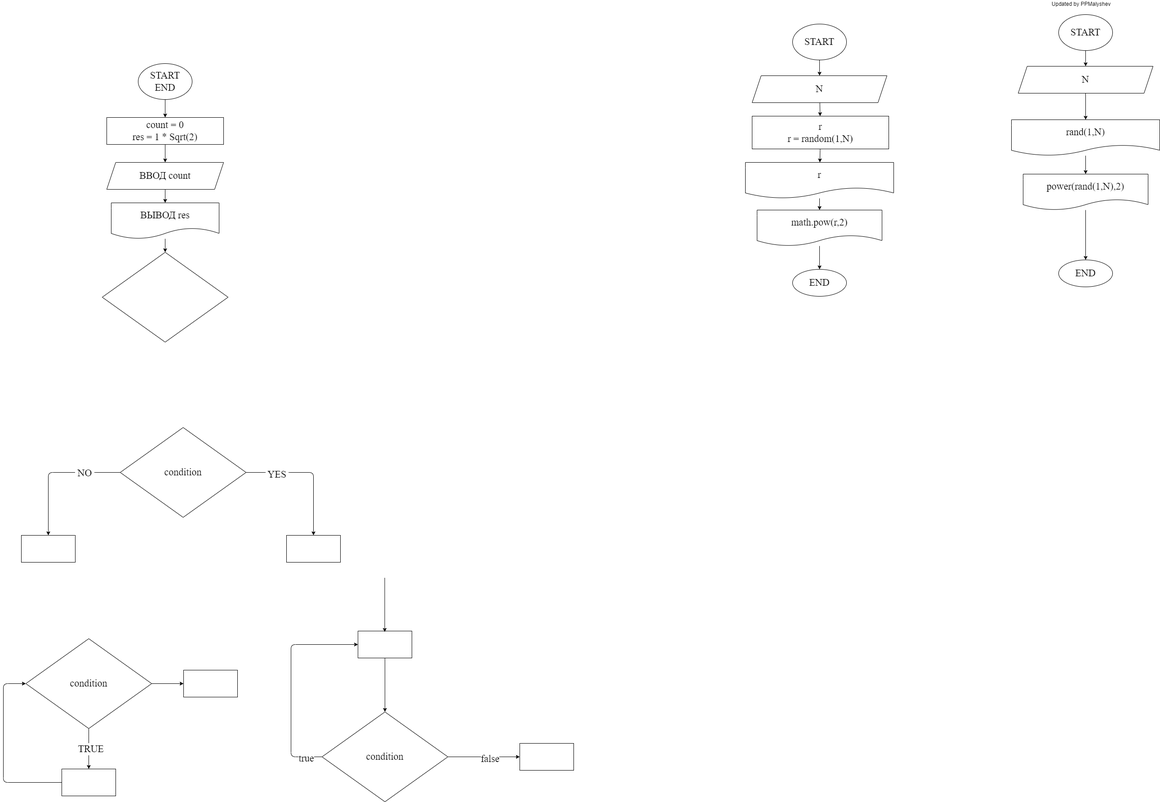
This is ex000.drawio.png from iksergey/practice_temp, a draw.io export, as it was before one commit. Source tidied: cells renumbered, new cells last; positions are measured from the earlier drawing's top-left corner, leaving out a move shared by most shapes. Source of this version:
```xml
<mxGraphModel>
  <root>
    <mxCell id="0" />
    <mxCell id="1" parent="0" />
    <mxCell id="2" style="edgeStyle=none;html=1;fontFamily=Fira Code;fontSize=22;" parent="1" edge="1" source="3" target="5">
      <mxGeometry relative="1" as="geometry" />
    </mxCell>
    <mxCell id="3" value="START&lt;br&gt;END" style="ellipse;whiteSpace=wrap;html=1;fontFamily=Fira Code;fontSize=22;" parent="1" vertex="1">
      <mxGeometry x="300" y="141" width="120" height="80" as="geometry" />
    </mxCell>
    <mxCell id="4" style="edgeStyle=none;html=1;fontFamily=Fira Code;fontSize=22;" parent="1" edge="1" source="5" target="7">
      <mxGeometry relative="1" as="geometry" />
    </mxCell>
    <mxCell id="5" value="count = 0&lt;br&gt;res = 1 * Sqrt(2)" style="whiteSpace=wrap;html=1;fontSize=22;fontFamily=Fira Code;" parent="1" vertex="1">
      <mxGeometry x="230" y="261" width="260" height="60" as="geometry" />
    </mxCell>
    <mxCell id="6" style="edgeStyle=none;html=1;fontFamily=Fira Code;fontSize=22;" parent="1" edge="1" source="7" target="9">
      <mxGeometry relative="1" as="geometry" />
    </mxCell>
    <mxCell id="7" value="ВВОД count" style="shape=parallelogram;perimeter=parallelogramPerimeter;whiteSpace=wrap;html=1;fixedSize=1;fontSize=22;fontFamily=Fira Code;" parent="1" vertex="1">
      <mxGeometry x="230" y="361" width="260" height="60" as="geometry" />
    </mxCell>
    <mxCell id="8" style="edgeStyle=none;html=1;fontFamily=Fira Code;fontSize=22;" parent="1" edge="1" source="9" target="10">
      <mxGeometry relative="1" as="geometry" />
    </mxCell>
    <mxCell id="9" value="ВЫВОД res" style="shape=document;whiteSpace=wrap;html=1;boundedLbl=1;fontSize=22;fontFamily=Fira Code;" parent="1" vertex="1">
      <mxGeometry x="240" y="451" width="240" height="80" as="geometry" />
    </mxCell>
    <mxCell id="10" style="rhombus;whiteSpace=wrap;html=1;fontSize=22;fontFamily=Fira Code;" parent="1" vertex="1">
      <mxGeometry x="220" y="561" width="280" height="200" as="geometry" />
    </mxCell>
    <mxCell id="11" style="edgeStyle=none;html=1;fontFamily=Fira Code;fontSize=22;" parent="1" edge="1" source="15" target="16">
      <mxGeometry relative="1" as="geometry">
        <Array as="points">
          <mxPoint x="690" y="1051" />
        </Array>
      </mxGeometry>
    </mxCell>
    <mxCell id="12" value="&amp;nbsp;YES&amp;nbsp;" style="edgeLabel;html=1;align=center;verticalAlign=middle;fontSize=22;fontFamily=Fira Code;" parent="11" vertex="1">
      <mxGeometry x="-0.53" y="-4" relative="1" as="geometry" />
    </mxCell>
    <mxCell id="13" style="edgeStyle=none;html=1;fontFamily=Fira Code;fontSize=22;" parent="1" edge="1" source="15" target="17">
      <mxGeometry relative="1" as="geometry">
        <Array as="points">
          <mxPoint x="100" y="1051" />
        </Array>
      </mxGeometry>
    </mxCell>
    <mxCell id="14" value="&amp;nbsp;NO&amp;nbsp;" style="edgeLabel;html=1;align=center;verticalAlign=middle;fontSize=22;fontFamily=Fira Code;" parent="13" vertex="1">
      <mxGeometry x="-0.47" y="1" relative="1" as="geometry" />
    </mxCell>
    <mxCell id="15" value="condition" style="rhombus;whiteSpace=wrap;html=1;fontSize=22;fontFamily=Fira Code;" parent="1" vertex="1">
      <mxGeometry x="260" y="951" width="280" height="200" as="geometry" />
    </mxCell>
    <mxCell id="16" style="whiteSpace=wrap;html=1;fontSize=22;fontFamily=Fira Code;" parent="1" vertex="1">
      <mxGeometry x="630" y="1191" width="120" height="60" as="geometry" />
    </mxCell>
    <mxCell id="17" style="whiteSpace=wrap;html=1;fontSize=22;fontFamily=Fira Code;" parent="1" vertex="1">
      <mxGeometry x="40" y="1191" width="120" height="60" as="geometry" />
    </mxCell>
    <mxCell id="18" style="edgeStyle=none;html=1;fontFamily=Fira Code;fontSize=22;" parent="1" edge="1" source="21" target="23">
      <mxGeometry relative="1" as="geometry" />
    </mxCell>
    <mxCell id="19" value="&amp;nbsp;TRUE&amp;nbsp;" style="edgeLabel;html=1;align=center;verticalAlign=middle;fontSize=22;fontFamily=Fira Code;" parent="18" vertex="1">
      <mxGeometry y="4" relative="1" as="geometry" />
    </mxCell>
    <mxCell id="20" style="edgeStyle=none;html=1;fontFamily=Fira Code;fontSize=22;" parent="1" edge="1" source="21" target="32">
      <mxGeometry relative="1" as="geometry" />
    </mxCell>
    <mxCell id="21" value="condition" style="rhombus;whiteSpace=wrap;html=1;fontSize=22;fontFamily=Fira Code;" parent="1" vertex="1">
      <mxGeometry x="50" y="1421" width="280" height="200" as="geometry" />
    </mxCell>
    <mxCell id="22" style="edgeStyle=none;html=1;entryX=0;entryY=0.5;entryDx=0;entryDy=0;fontFamily=Fira Code;fontSize=22;" parent="1" edge="1" source="23" target="21">
      <mxGeometry relative="1" as="geometry">
        <Array as="points">
          <mxPoint y="1741" />
          <mxPoint y="1521" />
        </Array>
      </mxGeometry>
    </mxCell>
    <mxCell id="23" style="whiteSpace=wrap;html=1;fontSize=22;fontFamily=Fira Code;" parent="1" vertex="1">
      <mxGeometry x="130" y="1711" width="120" height="60" as="geometry" />
    </mxCell>
    <mxCell id="24" style="edgeStyle=none;html=1;entryX=0;entryY=0.5;entryDx=0;entryDy=0;fontFamily=Fira Code;fontSize=22;" parent="1" edge="1" source="28" target="30">
      <mxGeometry relative="1" as="geometry">
        <Array as="points">
          <mxPoint x="640" y="1684" />
          <mxPoint x="640" y="1434" />
        </Array>
      </mxGeometry>
    </mxCell>
    <mxCell id="25" value="true" style="edgeLabel;html=1;align=center;verticalAlign=middle;fontSize=22;fontFamily=Fira Code;" parent="24" vertex="1">
      <mxGeometry x="-0.85" y="3" relative="1" as="geometry" />
    </mxCell>
    <mxCell id="26" style="edgeStyle=none;html=1;fontFamily=Fira Code;fontSize=22;" parent="1" edge="1" source="28" target="33">
      <mxGeometry relative="1" as="geometry" />
    </mxCell>
    <mxCell id="27" value="false" style="edgeLabel;html=1;align=center;verticalAlign=middle;fontSize=22;fontFamily=Fira Code;" parent="26" vertex="1">
      <mxGeometry x="0.17" y="-4" relative="1" as="geometry" />
    </mxCell>
    <mxCell id="28" value="condition" style="rhombus;whiteSpace=wrap;html=1;fontSize=22;fontFamily=Fira Code;" parent="1" vertex="1">
      <mxGeometry x="709" y="1584" width="280" height="200" as="geometry" />
    </mxCell>
    <mxCell id="29" style="edgeStyle=none;html=1;entryX=0.5;entryY=0;entryDx=0;entryDy=0;fontFamily=Fira Code;fontSize=22;" parent="1" edge="1" source="30" target="28">
      <mxGeometry relative="1" as="geometry" />
    </mxCell>
    <mxCell id="30" style="whiteSpace=wrap;html=1;fontSize=22;fontFamily=Fira Code;" parent="1" vertex="1">
      <mxGeometry x="789" y="1404" width="120" height="60" as="geometry" />
    </mxCell>
    <mxCell id="31" style="edgeStyle=none;html=1;entryX=0.5;entryY=0;entryDx=0;entryDy=0;fontFamily=Fira Code;fontSize=22;" parent="1" edge="1">
      <mxGeometry relative="1" as="geometry">
        <mxPoint x="848.5" y="1286" as="sourcePoint" />
        <mxPoint x="848.5" y="1406" as="targetPoint" />
      </mxGeometry>
    </mxCell>
    <mxCell id="32" style="whiteSpace=wrap;html=1;fontSize=22;fontFamily=Fira Code;" parent="1" vertex="1">
      <mxGeometry x="401" y="1491" width="120" height="60" as="geometry" />
    </mxCell>
    <mxCell id="33" style="whiteSpace=wrap;html=1;fontSize=22;fontFamily=Fira Code;" parent="1" vertex="1">
      <mxGeometry x="1149" y="1654" width="120" height="60" as="geometry" />
    </mxCell>
    <mxCell id="34" style="edgeStyle=none;html=1;fontFamily=Fira Code;fontSize=22;" parent="1" edge="1" source="35" target="37">
      <mxGeometry relative="1" as="geometry" />
    </mxCell>
    <mxCell id="35" value="START" style="ellipse;whiteSpace=wrap;html=1;fontFamily=Fira Code;fontSize=22;" parent="1" vertex="1">
      <mxGeometry x="1756" y="53" width="120" height="80" as="geometry" />
    </mxCell>
    <mxCell id="36" style="edgeStyle=none;html=1;fontFamily=Fira Code;fontSize=22;" parent="1" edge="1" source="37" target="39">
      <mxGeometry relative="1" as="geometry" />
    </mxCell>
    <mxCell id="37" value="N" style="shape=parallelogram;perimeter=parallelogramPerimeter;whiteSpace=wrap;html=1;fixedSize=1;fontSize=22;fontFamily=Fira Code;" parent="1" vertex="1">
      <mxGeometry x="1666" y="168" width="300" height="60" as="geometry" />
    </mxCell>
    <mxCell id="38" style="edgeStyle=none;html=1;fontFamily=Fira Code;fontSize=22;" parent="1" edge="1" source="39" target="41">
      <mxGeometry relative="1" as="geometry" />
    </mxCell>
    <mxCell id="39" value="r&lt;br&gt;r = random(1,N)" style="whiteSpace=wrap;html=1;fontSize=22;fontFamily=Fira Code;" parent="1" vertex="1">
      <mxGeometry x="1666" y="258" width="304" height="73" as="geometry" />
    </mxCell>
    <mxCell id="40" style="edgeStyle=none;html=1;fontFamily=Fira Code;fontSize=22;" parent="1" edge="1" source="41" target="43">
      <mxGeometry relative="1" as="geometry" />
    </mxCell>
    <mxCell id="41" value="r" style="shape=document;whiteSpace=wrap;html=1;boundedLbl=1;fontSize=22;fontFamily=Fira Code;" parent="1" vertex="1">
      <mxGeometry x="1651" y="361" width="330" height="80" as="geometry" />
    </mxCell>
    <mxCell id="42" style="edgeStyle=none;html=1;fontFamily=Fira Code;fontSize=22;" parent="1" edge="1" source="43" target="44">
      <mxGeometry relative="1" as="geometry" />
    </mxCell>
    <mxCell id="43" value="math.pow(r,2)" style="shape=document;whiteSpace=wrap;html=1;boundedLbl=1;fontSize=22;fontFamily=Fira Code;" parent="1" vertex="1">
      <mxGeometry x="1677" y="467" width="278" height="80" as="geometry" />
    </mxCell>
    <mxCell id="44" value="END" style="ellipse;whiteSpace=wrap;html=1;fontSize=22;fontFamily=Fira Code;" parent="1" vertex="1">
      <mxGeometry x="1756" y="599" width="120" height="60" as="geometry" />
    </mxCell>
    <mxCell id="45" style="edgeStyle=none;html=1;fontFamily=Fira Code;fontSize=22;" parent="1" edge="1" source="46" target="48">
      <mxGeometry relative="1" as="geometry" />
    </mxCell>
    <mxCell id="46" value="START" style="ellipse;whiteSpace=wrap;html=1;fontFamily=Fira Code;fontSize=22;" parent="1" vertex="1">
      <mxGeometry x="2348" y="32" width="120" height="80" as="geometry" />
    </mxCell>
    <mxCell id="47" style="edgeStyle=none;html=1;" parent="1" edge="1" source="48" target="50">
      <mxGeometry relative="1" as="geometry" />
    </mxCell>
    <mxCell id="48" value="N" style="shape=parallelogram;perimeter=parallelogramPerimeter;whiteSpace=wrap;html=1;fixedSize=1;fontSize=22;fontFamily=Fira Code;" parent="1" vertex="1">
      <mxGeometry x="2258" y="147" width="300" height="60" as="geometry" />
    </mxCell>
    <mxCell id="49" style="edgeStyle=none;html=1;" parent="1" edge="1" source="50" target="52">
      <mxGeometry relative="1" as="geometry" />
    </mxCell>
    <mxCell id="50" value="rand(1,N)" style="shape=document;whiteSpace=wrap;html=1;boundedLbl=1;fontSize=22;fontFamily=Fira Code;" parent="1" vertex="1">
      <mxGeometry x="2243" y="266" width="330" height="80" as="geometry" />
    </mxCell>
    <mxCell id="51" style="edgeStyle=none;html=1;fontFamily=Fira Code;fontSize=22;" parent="1" edge="1" source="52" target="53">
      <mxGeometry relative="1" as="geometry" />
    </mxCell>
    <mxCell id="52" value="power(rand(1,N),2)" style="shape=document;whiteSpace=wrap;html=1;boundedLbl=1;fontSize=22;fontFamily=Fira Code;" parent="1" vertex="1">
      <mxGeometry x="2269" y="387" width="278" height="80" as="geometry" />
    </mxCell>
    <mxCell id="53" value="END" style="ellipse;whiteSpace=wrap;html=1;fontSize=22;fontFamily=Fira Code;" parent="1" vertex="1">
      <mxGeometry x="2348" y="578" width="120" height="60" as="geometry" />
    </mxCell>
    <mxCell id="54" value="Updated by PPMalyshev" style="text;html=1;align=center;verticalAlign=middle;strokeColor=none;fillColor=none;" parent="1" vertex="1">
      <mxGeometry x="2327" width="141" height="18" as="geometry" />
    </mxCell>
  </root>
</mxGraphModel>
```
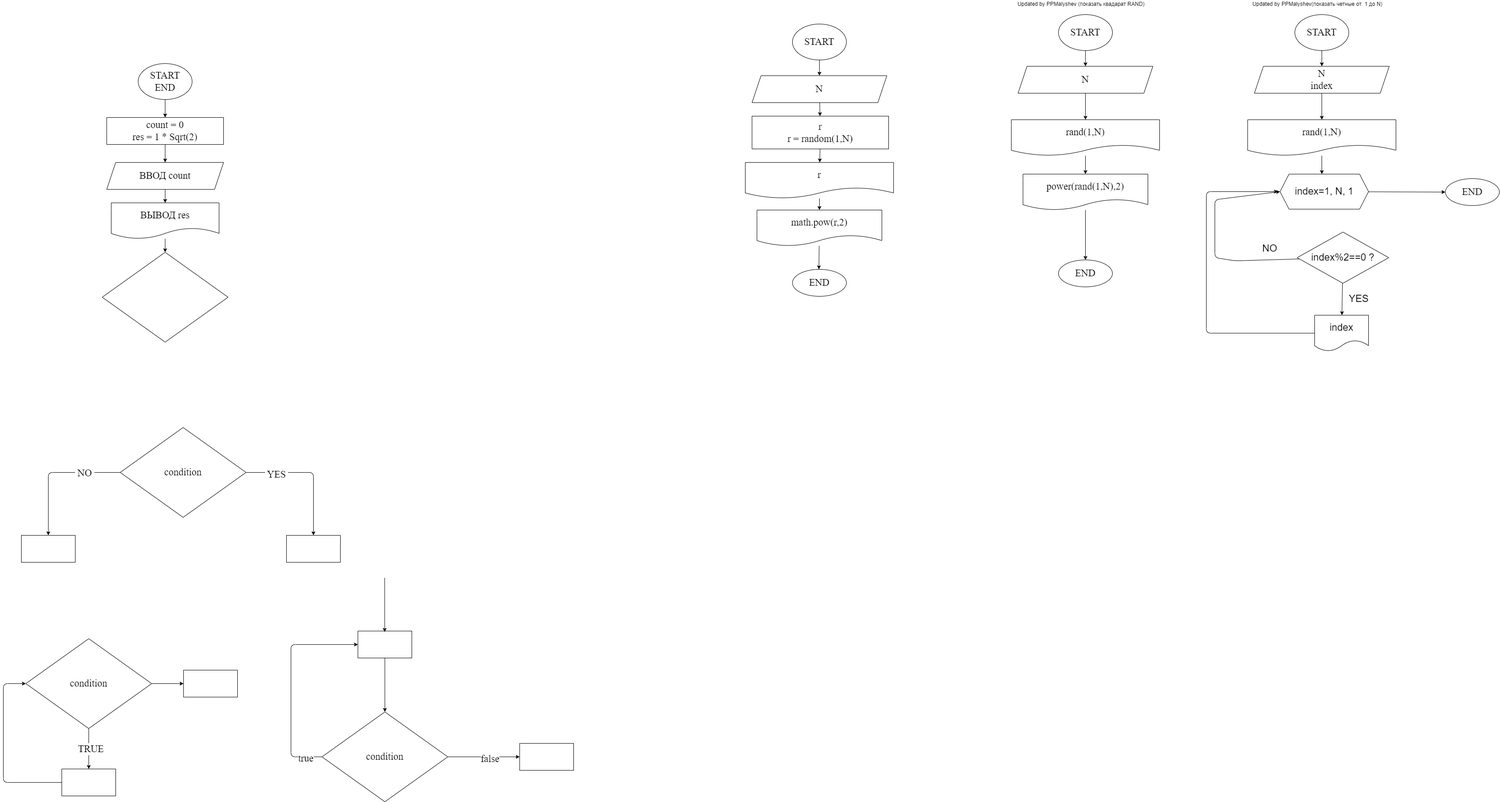
The same file after the commit.

Diff of the diagram source:
```diff
@@ -179,8 +179,73 @@
     <mxCell id="53" value="END" style="ellipse;whiteSpace=wrap;html=1;fontSize=22;fontFamily=Fira Code;" parent="1" vertex="1">
       <mxGeometry x="2348" y="578" width="120" height="60" as="geometry" />
     </mxCell>
-    <mxCell id="54" value="Updated by PPMalyshev" style="text;html=1;align=center;verticalAlign=middle;strokeColor=none;fillColor=none;" parent="1" vertex="1">
-      <mxGeometry x="2327" width="141" height="18" as="geometry" />
+    <mxCell id="54" value="Updated by PPMalyshev (показать квадарат RAND)" style="text;html=1;align=center;verticalAlign=middle;strokeColor=none;fillColor=none;" parent="1" vertex="1">
+      <mxGeometry x="2252" width="292" height="18" as="geometry" />
     </mxCell>
+    <mxCell id="55" style="edgeStyle=none;html=1;fontFamily=Fira Code;fontSize=22;" parent="1" edge="1" source="56" target="58">
+      <mxGeometry relative="1" as="geometry" />
+    </mxCell>
+    <mxCell id="56" value="START" style="ellipse;whiteSpace=wrap;html=1;fontFamily=Fira Code;fontSize=22;" parent="1" vertex="1">
+      <mxGeometry x="2874" y="32" width="120" height="80" as="geometry" />
+    </mxCell>
+    <mxCell id="57" style="edgeStyle=none;html=1;" parent="1" edge="1" source="58" target="60">
+      <mxGeometry relative="1" as="geometry" />
+    </mxCell>
+    <mxCell id="58" value="N&lt;br&gt;index" style="shape=parallelogram;perimeter=parallelogramPerimeter;whiteSpace=wrap;html=1;fixedSize=1;fontSize=22;fontFamily=Fira Code;" parent="1" vertex="1">
+      <mxGeometry x="2784" y="147" width="300" height="60" as="geometry" />
+    </mxCell>
+    <mxCell id="59" style="edgeStyle=none;html=1;" parent="1" edge="1" source="60">
+      <mxGeometry relative="1" as="geometry">
+        <mxPoint x="2934" y="387" as="targetPoint" />
+      </mxGeometry>
+    </mxCell>
+    <mxCell id="60" value="rand(1,N)" style="shape=document;whiteSpace=wrap;html=1;boundedLbl=1;fontSize=22;fontFamily=Fira Code;" parent="1" vertex="1">
+      <mxGeometry x="2769" y="266" width="330" height="80" as="geometry" />
+    </mxCell>
+    <mxCell id="61" value="END" style="ellipse;whiteSpace=wrap;html=1;fontSize=22;fontFamily=Fira Code;" parent="1" vertex="1">
+      <mxGeometry x="3209" y="397" width="120" height="60" as="geometry" />
+    </mxCell>
+    <mxCell id="62" value="Updated by PPMalyshev(показать четные от&amp;nbsp; 1 до N)" style="text;html=1;align=center;verticalAlign=middle;strokeColor=none;fillColor=none;" parent="1" vertex="1">
+      <mxGeometry x="2774" width="299" height="18" as="geometry" />
+    </mxCell>
+    <mxCell id="63" style="edgeStyle=none;html=1;fontSize=22;" parent="1" edge="1" source="64" target="61">
+      <mxGeometry relative="1" as="geometry" />
+    </mxCell>
+    <mxCell id="64" value="&lt;font style=&quot;font-size: 22px&quot;&gt;index=1, N, 1&lt;/font&gt;" style="shape=hexagon;perimeter=hexagonPerimeter2;whiteSpace=wrap;html=1;fixedSize=1;" parent="1" vertex="1">
+      <mxGeometry x="2841" y="387" width="197" height="78" as="geometry" />
+    </mxCell>
+    <mxCell id="65" style="edgeStyle=none;html=1;fontSize=22;" parent="1" edge="1" source="67" target="69">
+      <mxGeometry relative="1" as="geometry" />
+    </mxCell>
+    <mxCell id="66" style="edgeStyle=none;html=1;entryX=0;entryY=0.5;entryDx=0;entryDy=0;fontSize=22;" parent="1" edge="1" source="67" target="64">
+      <mxGeometry relative="1" as="geometry">
+        <Array as="points">
+          <mxPoint x="2742" y="580" />
+          <mxPoint x="2696" y="573" />
+          <mxPoint x="2696" y="444" />
+        </Array>
+      </mxGeometry>
+    </mxCell>
+    <mxCell id="67" value="index%2==0 ?" style="rhombus;whiteSpace=wrap;html=1;fontSize=22;" parent="1" vertex="1">
+      <mxGeometry x="2879" y="516" width="204" height="114" as="geometry" />
+    </mxCell>
+    <mxCell id="68" style="edgeStyle=none;html=1;fontSize=22;" parent="1" edge="1" source="69">
+      <mxGeometry relative="1" as="geometry">
+        <mxPoint x="2836.5" y="426" as="targetPoint" />
+        <Array as="points">
+          <mxPoint x="2677" y="741" />
+          <mxPoint x="2677" y="426" />
+        </Array>
+      </mxGeometry>
+    </mxCell>
+    <mxCell id="69" value="index" style="shape=document;whiteSpace=wrap;html=1;boundedLbl=1;fontSize=22;" parent="1" vertex="1">
+      <mxGeometry x="2918" y="701" width="120" height="80" as="geometry" />
+    </mxCell>
+    <mxCell id="70" value="YES" style="text;html=1;align=center;verticalAlign=middle;strokeColor=none;fillColor=none;fontSize=22;" parent="1" vertex="1">
+      <mxGeometry x="2989" y="650" width="54" height="30" as="geometry" />
+    </mxCell>
+    <mxCell id="71" value="NO" style="text;html=1;align=center;verticalAlign=middle;strokeColor=none;fillColor=none;fontSize=22;" parent="1" vertex="1">
+      <mxGeometry x="2796" y="538" width="43" height="30" as="geometry" />
+    </mxCell>
   </root>
 </mxGraphModel>
```
